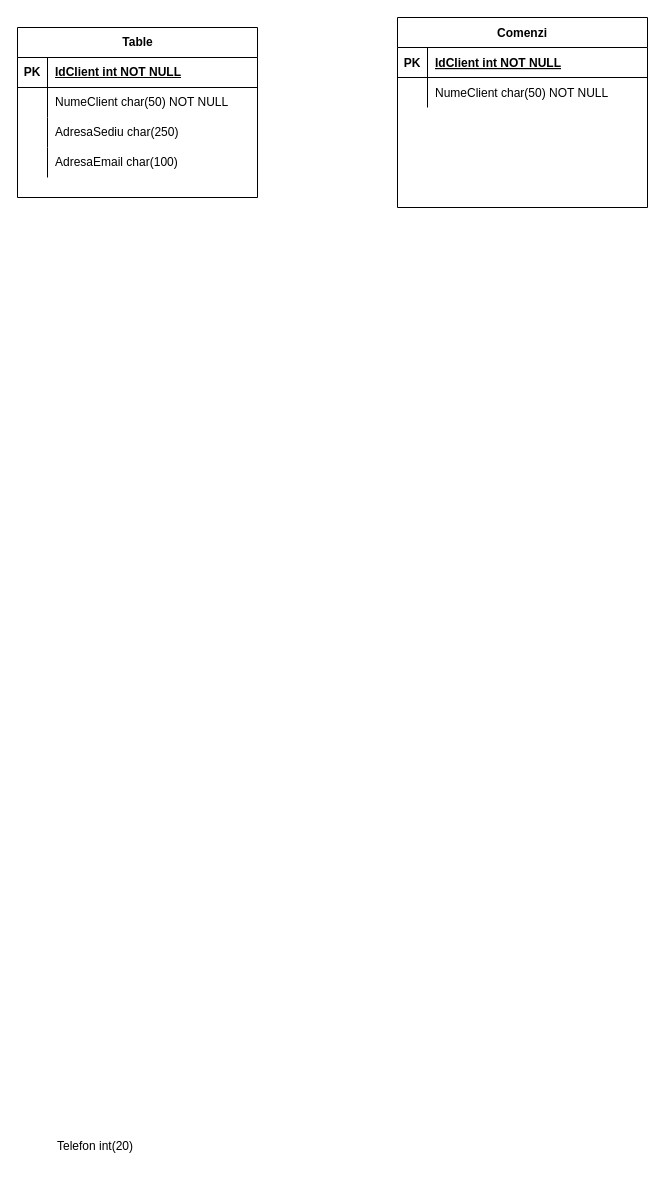
AncaOanaM/Transport-Database keeps this draw.io diagram as TransportDataBase.drawio. Above is the earlier version. Source tidied: cells renumbered, new cells numbered last; positions are measured from the earlier drawing's top-left corner, leaving out a move shared by most shapes. Both pictures are drawn from the tidied source at 100%, with x=0, y=0 at pixel (17, 17).
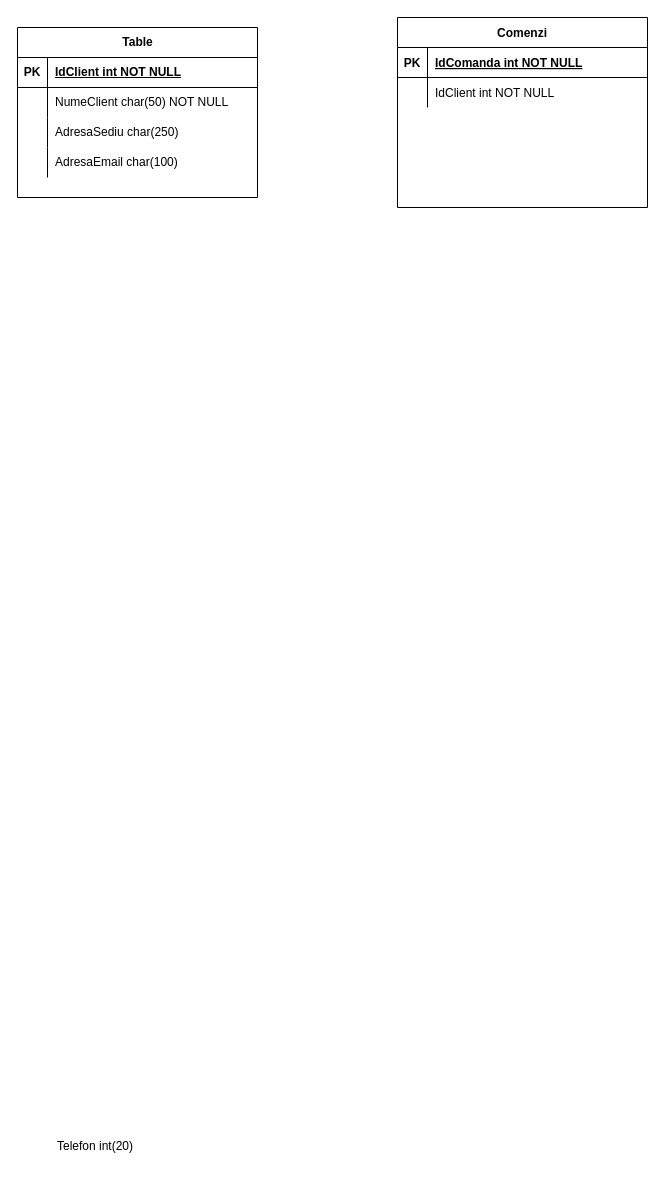
The same diagram, later.

The change refers to these unchanged cells:
```xml
<mxCell id="3" style="shape=partialRectangle;fillColor=none;top=0;left=0;right=0;bottom=1;" parent="2" vertex="1">
  <mxGeometry y="30" width="250" height="30" as="geometry" />
</mxCell>
<mxCell id="6" style="shape=partialRectangle;fillColor=none;top=0;left=0;right=0;bottom=0;" parent="2" vertex="1">
  <mxGeometry y="60" width="250" height="30" as="geometry" />
</mxCell>
```

The edit, as a diff of the source:
```diff
@@
-    <mxCell id="5" value="IdClient int NOT NULL " style="shape=partialRectangle;overflow=hidden;fillColor=none;top=0;left=0;bottom=0;right=0;align=left;spacingLeft=6;fontStyle=5;" parent="3" vertex="1">
+    <mxCell id="5" value="IdComanda int NOT NULL " style="shape=partialRectangle;overflow=hidden;fillColor=none;top=0;left=0;bottom=0;right=0;align=left;spacingLeft=6;fontStyle=5;" parent="3" vertex="1">
       <mxGeometry x="30" width="220" height="30" as="geometry" />
     </mxCell>
@@
-    <mxCell id="8" value="NumeClient char(50) NOT NULL" style="shape=partialRectangle;overflow=hidden;fillColor=none;top=0;left=0;bottom=0;right=0;align=left;spacingLeft=6;" parent="6" vertex="1">
+    <mxCell id="8" value="IdClient int NOT NULL" style="shape=partialRectangle;overflow=hidden;fillColor=none;top=0;left=0;bottom=0;right=0;align=left;spacingLeft=6;" parent="6" vertex="1">
       <mxGeometry x="30" width="220" height="30" as="geometry" />
     </mxCell>
```
